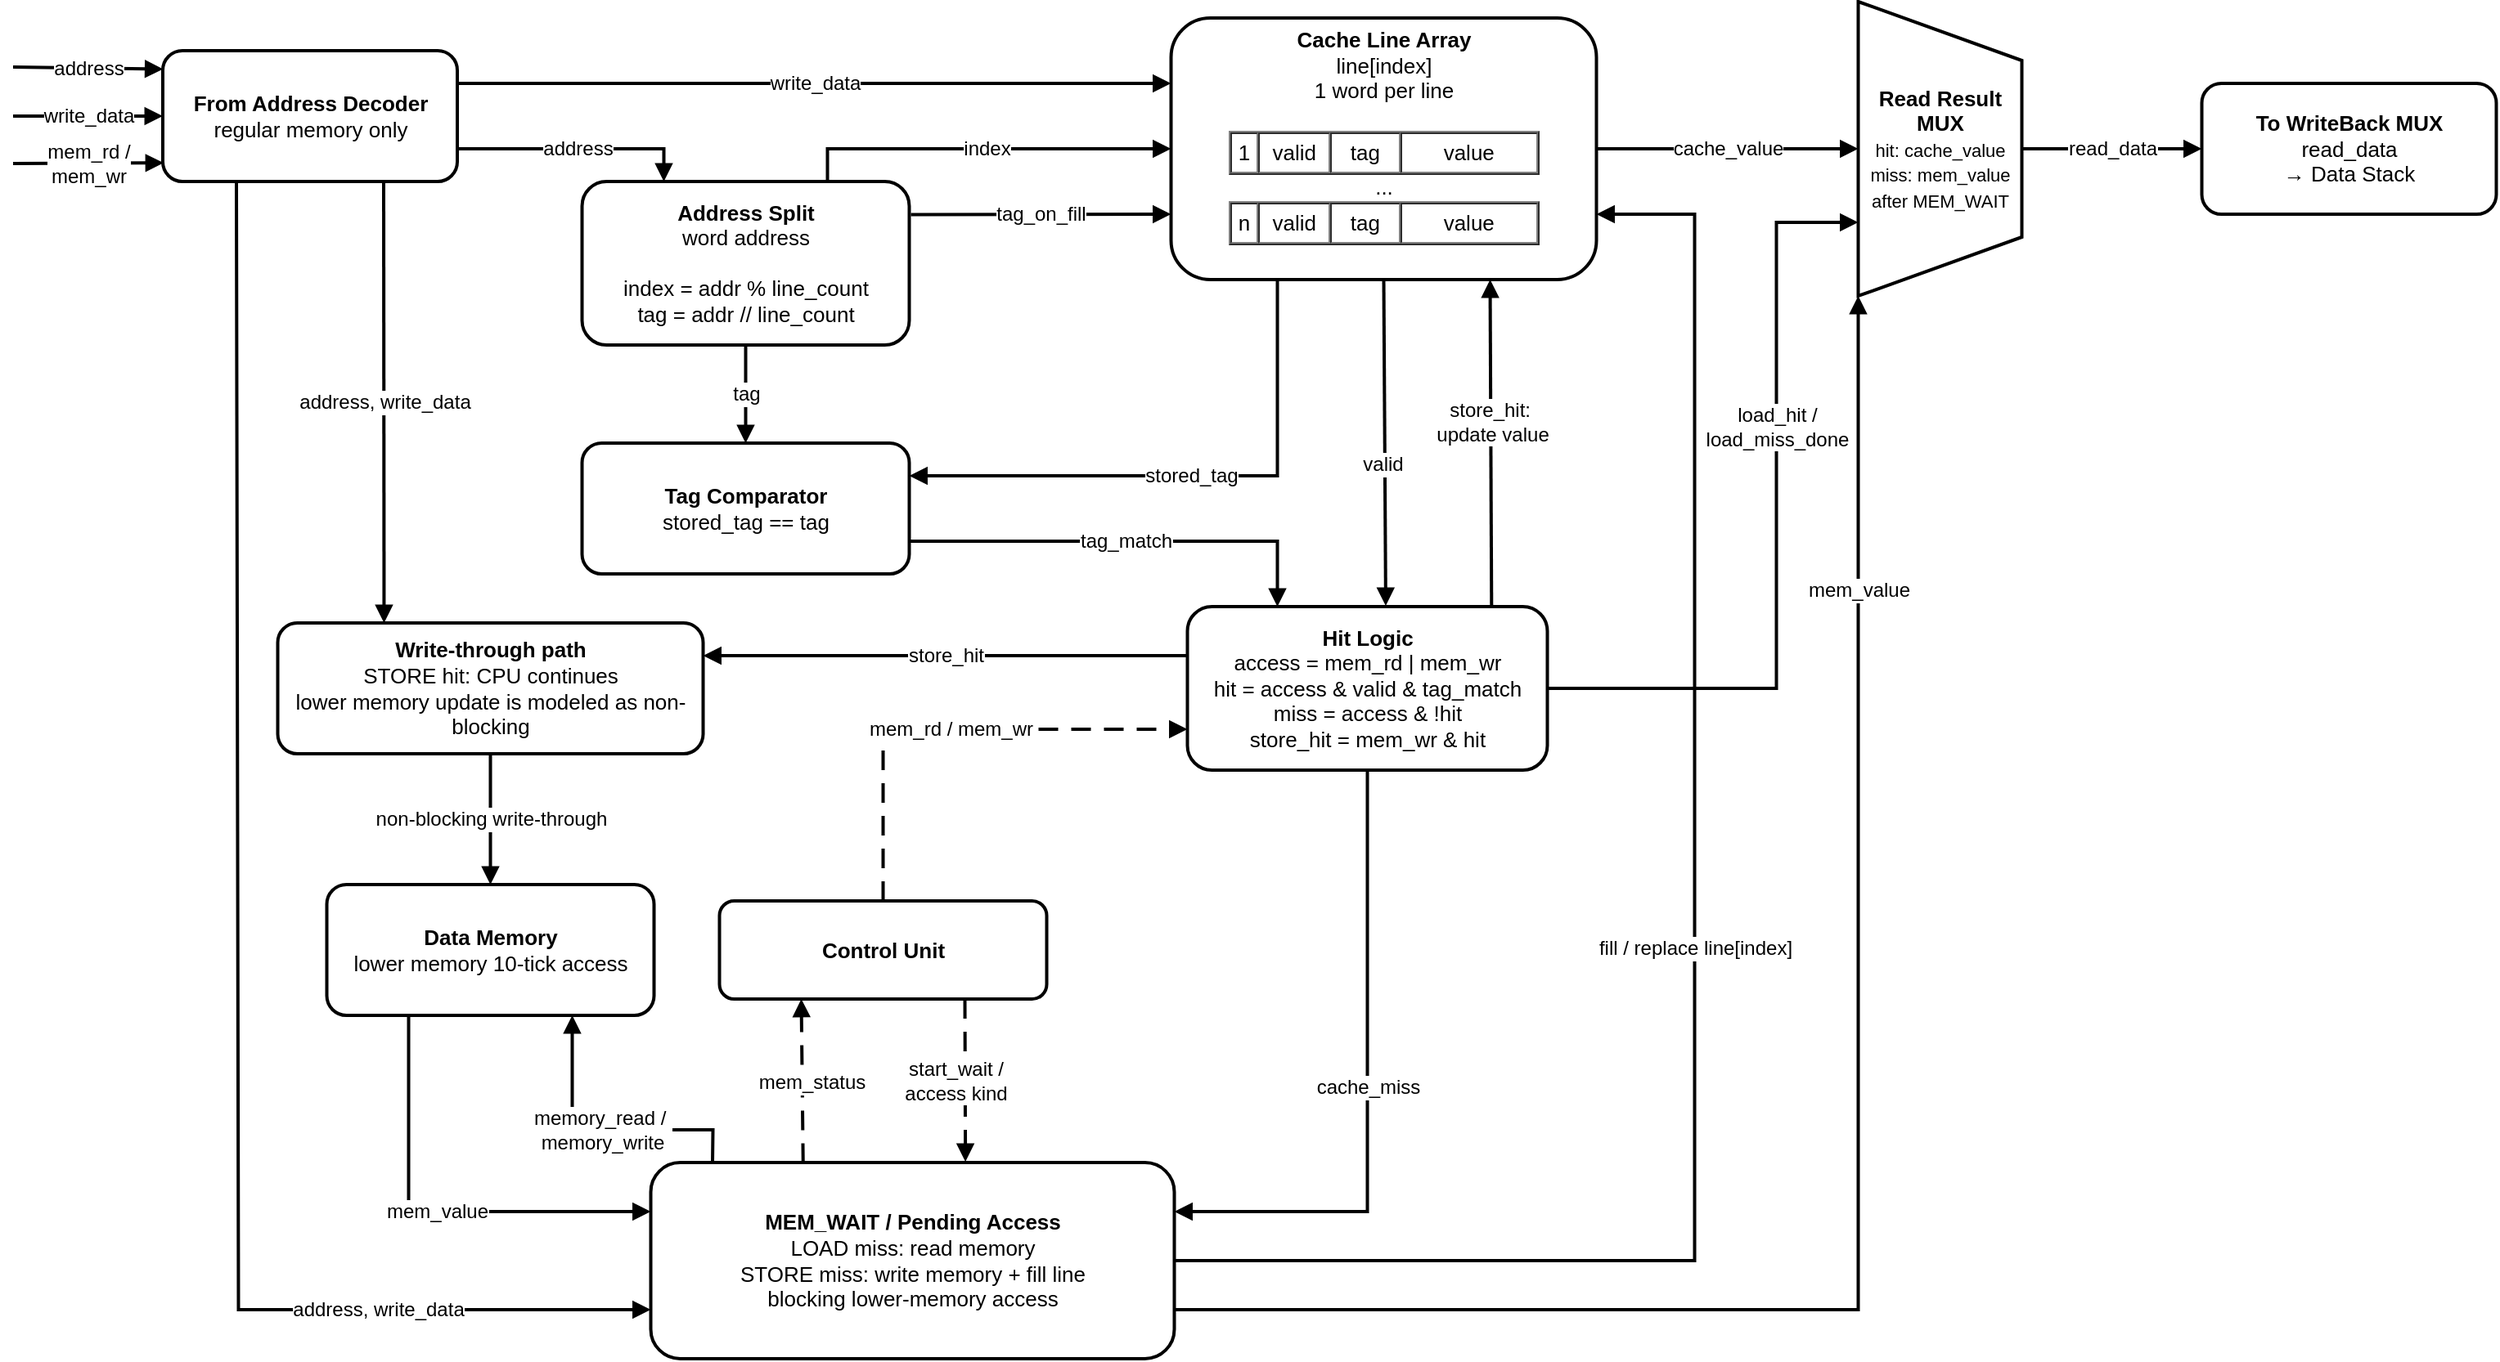
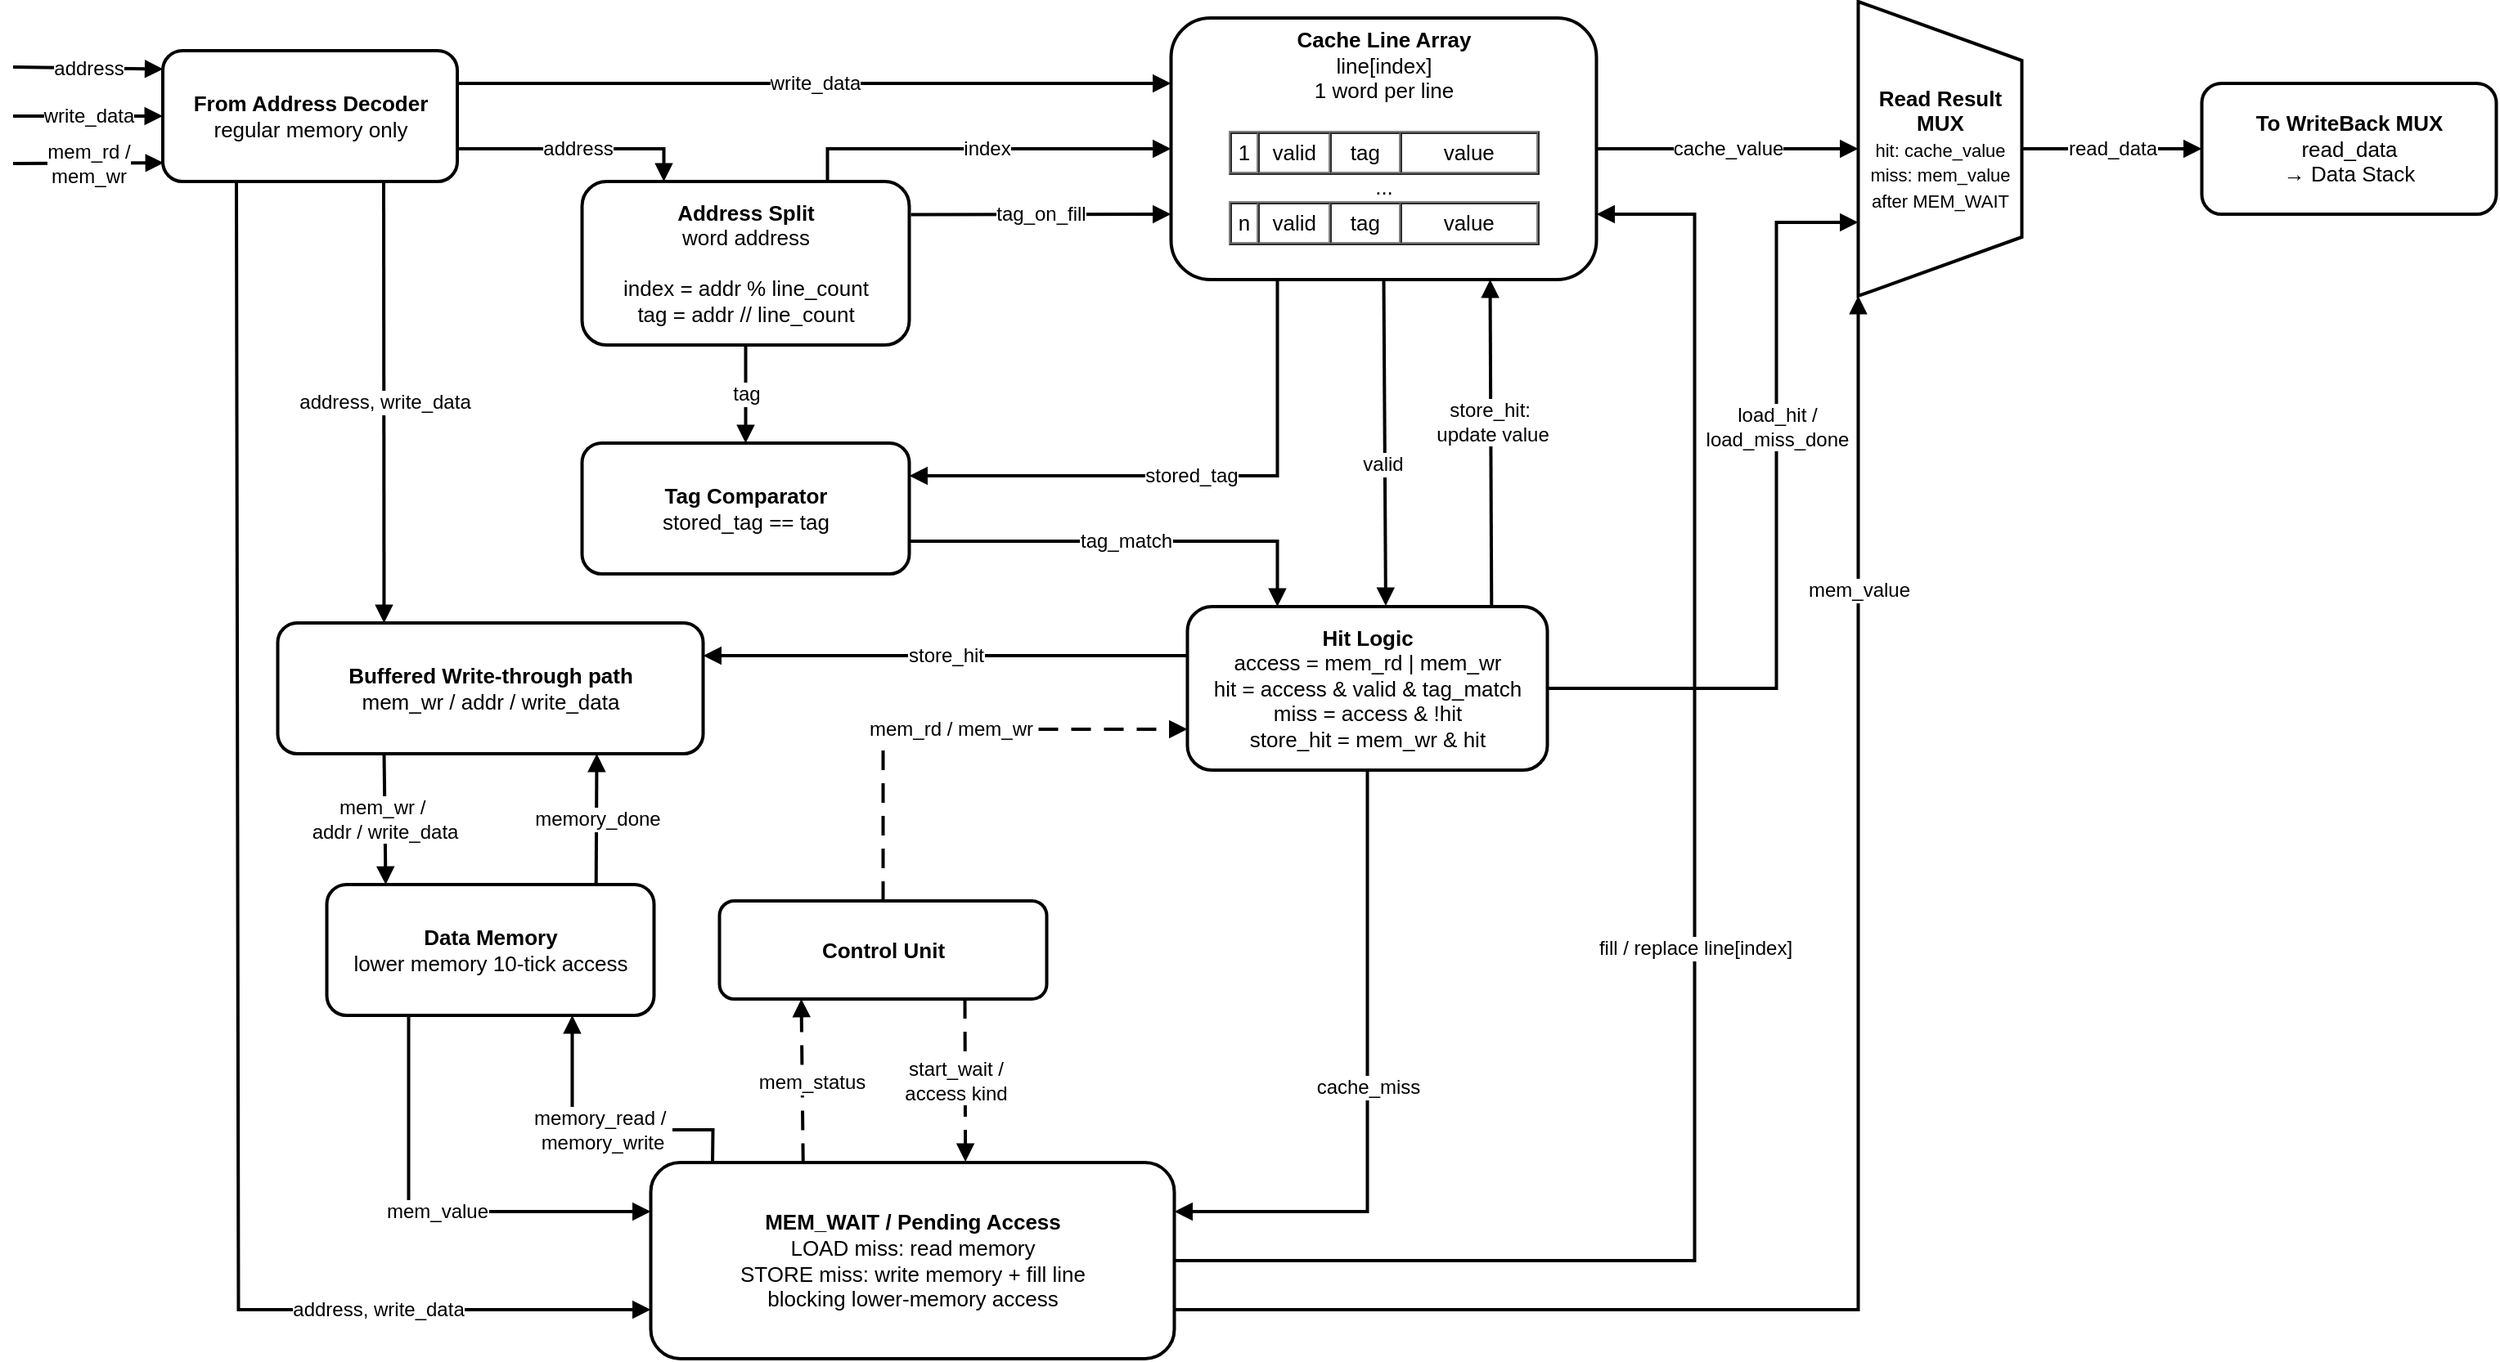
<mxfile host="app.diagrams.net">
  <diagram name="Страница-1" id="6LoON6mabmbmhEtFXeCD">
-     <mxGraphModel dx="1796" dy="-72" grid="1" gridSize="10" guides="1" tooltips="1" connect="1" arrows="1" fold="1" page="1" pageScale="1" pageWidth="827" pageHeight="1169" math="0" shadow="0">
+     <mxGraphModel dx="1572" dy="-209" grid="1" gridSize="10" guides="1" tooltips="1" connect="1" arrows="1" fold="1" page="1" pageScale="1" pageWidth="827" pageHeight="1169" math="0" shadow="0">
      <root>
        <mxCell id="0" />
        <mxCell id="1" parent="0" />
        <mxCell id="IVVpnZJj4IiTGcJY2tOR-39" parent="1" style="rounded=1;whiteSpace=wrap;html=1;strokeWidth=2;fontSize=13;" value="&lt;div&gt;&lt;b&gt;From Address Decoder&lt;/b&gt;&lt;/div&gt;regular memory only" vertex="1">
          <mxGeometry height="80" width="180" x="161.5" y="1310" as="geometry" />
        </mxCell>
        <mxCell id="IVVpnZJj4IiTGcJY2tOR-40" edge="1" parent="1" style="endArrow=block;html=1;rounded=0;strokeWidth=2;strokeColor=#000000;fontSize=12;entryX=0.001;entryY=0.141;entryDx=0;entryDy=0;entryPerimeter=0;" target="IVVpnZJj4IiTGcJY2tOR-39" value="address">
          <mxGeometry relative="1" as="geometry">
            <mxPoint x="70" y="1320" as="sourcePoint" />
            <mxPoint x="161.5" y="1326" as="targetPoint" />
          </mxGeometry>
        </mxCell>
        <mxCell id="IVVpnZJj4IiTGcJY2tOR-41" edge="1" parent="1" style="endArrow=block;html=1;rounded=0;strokeWidth=2;strokeColor=#000000;fontSize=12;entryX=0;entryY=0.5;entryDx=0;entryDy=0;" target="IVVpnZJj4IiTGcJY2tOR-39" value="write_data">
          <mxGeometry relative="1" as="geometry">
            <mxPoint x="70" y="1350" as="sourcePoint" />
            <mxPoint x="110" y="1410" as="targetPoint" />
          </mxGeometry>
        </mxCell>
        <mxCell id="IVVpnZJj4IiTGcJY2tOR-42" edge="1" parent="1" style="endArrow=block;html=1;rounded=0;strokeWidth=2;strokeColor=#000000;fontSize=12;entryX=0.003;entryY=0.858;entryDx=0;entryDy=0;entryPerimeter=0;" target="IVVpnZJj4IiTGcJY2tOR-39" value="&lt;div&gt;mem_rd /&lt;/div&gt;&lt;div&gt;mem_wr&lt;/div&gt;">
          <mxGeometry relative="1" as="geometry">
            <mxPoint x="70" y="1379" as="sourcePoint" />
            <mxPoint x="161.5" y="1374" as="targetPoint" />
          </mxGeometry>
        </mxCell>
        <mxCell id="IVVpnZJj4IiTGcJY2tOR-43" parent="1" style="rounded=1;whiteSpace=wrap;html=1;strokeWidth=2;fontSize=13;" value="&lt;b&gt;Address Split&lt;/b&gt;&lt;br&gt;word address&lt;br&gt;&lt;br&gt;index = addr % line_count&lt;br&gt;tag = addr // line_count" vertex="1">
          <mxGeometry height="100" width="200" x="417.75" y="1390" as="geometry" />
        </mxCell>
        <mxCell id="IVVpnZJj4IiTGcJY2tOR-44" edge="1" parent="1" source="IVVpnZJj4IiTGcJY2tOR-39" style="endArrow=block;html=1;rounded=0;strokeWidth=2;strokeColor=#000000;fontSize=12;exitX=1;exitY=0.75;exitDx=0;exitDy=0;entryX=0.25;entryY=0;entryDx=0;entryDy=0;" target="IVVpnZJj4IiTGcJY2tOR-43" value="address">
          <mxGeometry relative="1" as="geometry">
            <Array as="points">
              <mxPoint x="467.75" y="1370" />
            </Array>
            <mxPoint x="307.75" y="1550" as="sourcePoint" />
            <mxPoint x="357.75" y="1572" as="targetPoint" />
          </mxGeometry>
        </mxCell>
        <mxCell id="IVVpnZJj4IiTGcJY2tOR-45" parent="1" style="rounded=1;whiteSpace=wrap;html=1;strokeWidth=2;fontSize=13;" value="&lt;b&gt;Cache Line Array&lt;/b&gt;&lt;br&gt;&lt;div&gt;line[index]&lt;/div&gt;&lt;div&gt;1 word per line&lt;/div&gt;&lt;div&gt;&lt;br&gt;&lt;/div&gt;&lt;div&gt;&lt;table border=&quot;1&quot; cellpadding=&quot;4&quot; cellspacing=&quot;0&quot;&gt;&lt;tbody&gt;&lt;tr&gt;&lt;td&gt;1&lt;/td&gt;&lt;td&gt;&amp;nbsp;valid&amp;nbsp;&lt;/td&gt;&lt;td&gt;&amp;nbsp; tag&amp;nbsp;&amp;nbsp;&lt;/td&gt;&lt;td&gt;&amp;nbsp; &amp;nbsp; &amp;nbsp; value&amp;nbsp; &amp;nbsp; &amp;nbsp;&amp;nbsp;&lt;/td&gt;&lt;/tr&gt;&lt;/tbody&gt;&lt;/table&gt;...&lt;/div&gt;&lt;div&gt;&lt;table border=&quot;1&quot; cellpadding=&quot;4&quot; cellspacing=&quot;0&quot;&gt;&lt;tbody&gt;&lt;tr&gt;&lt;td&gt;n&lt;/td&gt;&lt;td&gt;&amp;nbsp;valid&amp;nbsp;&lt;/td&gt;&lt;td&gt;&amp;nbsp; tag&amp;nbsp;&amp;nbsp;&lt;/td&gt;&lt;td&gt;&amp;nbsp; &amp;nbsp; &amp;nbsp; value&amp;nbsp; &amp;nbsp; &amp;nbsp;&amp;nbsp;&lt;/td&gt;&lt;/tr&gt;&lt;/tbody&gt;&lt;/table&gt;&lt;br&gt;&lt;/div&gt;" vertex="1">
          <mxGeometry height="160" width="260" x="777.75" y="1290" as="geometry" />
        </mxCell>
        <mxCell id="IVVpnZJj4IiTGcJY2tOR-46" edge="1" parent="1" source="IVVpnZJj4IiTGcJY2tOR-43" style="endArrow=block;html=1;rounded=0;strokeWidth=2;strokeColor=#000000;fontSize=12;entryX=0;entryY=0.5;entryDx=0;entryDy=0;exitX=0.75;exitY=0;exitDx=0;exitDy=0;" target="IVVpnZJj4IiTGcJY2tOR-45" value="index">
          <mxGeometry relative="1" x="0.0179" as="geometry">
            <mxPoint as="offset" />
            <Array as="points">
              <mxPoint x="567.75" y="1370" />
            </Array>
            <mxPoint x="1077.75" y="1470" as="sourcePoint" />
            <mxPoint x="1147.75" y="1460" as="targetPoint" />
          </mxGeometry>
        </mxCell>
        <mxCell id="IVVpnZJj4IiTGcJY2tOR-47" edge="1" parent="1" source="IVVpnZJj4IiTGcJY2tOR-39" style="endArrow=block;html=1;rounded=0;strokeWidth=2;strokeColor=#000000;fontSize=12;entryX=0;entryY=0.25;entryDx=0;entryDy=0;exitX=1;exitY=0.25;exitDx=0;exitDy=0;" target="IVVpnZJj4IiTGcJY2tOR-45" value="write_data">
          <mxGeometry relative="1" as="geometry">
            <mxPoint x="817.75" y="1391" as="sourcePoint" />
            <mxPoint x="967.75" y="1249" as="targetPoint" />
          </mxGeometry>
        </mxCell>
        <mxCell id="IVVpnZJj4IiTGcJY2tOR-48" edge="1" parent="1" source="IVVpnZJj4IiTGcJY2tOR-43" style="endArrow=block;html=1;rounded=0;strokeWidth=2;strokeColor=#000000;fontSize=12;exitX=1.005;exitY=0.202;exitDx=0;exitDy=0;entryX=0;entryY=0.75;entryDx=0;entryDy=0;exitPerimeter=0;" target="IVVpnZJj4IiTGcJY2tOR-45" value="tag_on_fill">
          <mxGeometry relative="1" as="geometry">
            <Array as="points" />
            <mxPoint x="657.75" y="1450" as="sourcePoint" />
            <mxPoint x="1227.75" y="1607" as="targetPoint" />
          </mxGeometry>
        </mxCell>
        <mxCell id="IVVpnZJj4IiTGcJY2tOR-49" parent="1" style="rounded=1;whiteSpace=wrap;html=1;strokeWidth=2;fontSize=13;" value="&lt;b&gt;To WriteBack MUX&lt;/b&gt;&lt;br&gt;read_data&lt;br&gt;→ Data Stack" vertex="1">
          <mxGeometry height="80" width="180" x="1407.75" y="1330" as="geometry" />
        </mxCell>
        <mxCell id="IVVpnZJj4IiTGcJY2tOR-50" edge="1" parent="1" source="IVVpnZJj4IiTGcJY2tOR-140" style="endArrow=block;html=1;rounded=0;strokeWidth=2;strokeColor=#000000;fontSize=12;" target="IVVpnZJj4IiTGcJY2tOR-49" value="read_data">
          <mxGeometry relative="1" as="geometry">
            <mxPoint x="1722.75" y="1355" as="sourcePoint" />
            <mxPoint x="2162.75" y="1415.5" as="targetPoint" />
          </mxGeometry>
        </mxCell>
        <mxCell id="IVVpnZJj4IiTGcJY2tOR-51" edge="1" parent="1" source="IVVpnZJj4IiTGcJY2tOR-45" style="endArrow=block;html=1;rounded=0;strokeWidth=2;strokeColor=#000000;fontSize=12;exitX=1;exitY=0.5;exitDx=0;exitDy=0;entryX=0.5;entryY=1;entryDx=0;entryDy=0;" target="IVVpnZJj4IiTGcJY2tOR-140" value="cache_value">
          <mxGeometry relative="1" as="geometry">
            <mxPoint x="1297.75" y="1355" as="sourcePoint" />
            <mxPoint x="1492.75" y="1355" as="targetPoint" />
          </mxGeometry>
        </mxCell>
        <mxCell id="IVVpnZJj4IiTGcJY2tOR-53" parent="1" style="rounded=1;whiteSpace=wrap;html=1;strokeWidth=2;fontSize=13;" value="&lt;b&gt;MEM_WAIT / Pending Access&lt;/b&gt;&lt;br&gt;LOAD miss: read memory&lt;br&gt;&lt;div&gt;STORE miss: write memory + fill line&lt;/div&gt;blocking lower-memory access" vertex="1">
          <mxGeometry height="120" width="320" x="459.75" y="1990" as="geometry" />
        </mxCell>
        <mxCell id="IVVpnZJj4IiTGcJY2tOR-54" edge="1" parent="1" source="IVVpnZJj4IiTGcJY2tOR-53" style="endArrow=block;html=1;rounded=0;strokeWidth=2;strokeColor=#000000;fontSize=12;exitX=1;exitY=0.75;exitDx=0;exitDy=0;entryX=1;entryY=1;entryDx=0;entryDy=0;" target="IVVpnZJj4IiTGcJY2tOR-140" value="mem_value">
          <mxGeometry relative="1" x="0.6532" as="geometry">
            <mxPoint as="offset" />
            <Array as="points">
              <mxPoint x="1197.75" y="2080" />
            </Array>
            <mxPoint x="1269.75" y="2484" as="sourcePoint" />
            <mxPoint x="1197.75" y="2187" as="targetPoint" />
          </mxGeometry>
        </mxCell>
        <mxCell id="IVVpnZJj4IiTGcJY2tOR-55" parent="1" style="rounded=1;whiteSpace=wrap;html=1;strokeWidth=2;fontSize=13;" value="&lt;div&gt;&lt;b&gt;Hit Logic&lt;/b&gt;&lt;/div&gt;&lt;div&gt;access = mem_rd | mem_wr&lt;/div&gt;hit = access &amp;amp; valid &amp;amp; tag_match&lt;br&gt;miss = access &amp;amp; !hit&lt;br&gt;store_hit = mem_wr &amp;amp; hit&lt;font style=&quot;font-size: 11px&quot;&gt;&lt;/font&gt;" vertex="1">
          <mxGeometry height="100" width="220" x="787.75" y="1650" as="geometry" />
        </mxCell>
        <mxCell id="IVVpnZJj4IiTGcJY2tOR-56" edge="1" parent="1" source="IVVpnZJj4IiTGcJY2tOR-45" style="endArrow=block;html=1;rounded=0;strokeWidth=2;strokeColor=#000000;fontSize=12;entryX=0.551;entryY=-0.005;entryDx=0;entryDy=0;exitX=0.5;exitY=1;exitDx=0;exitDy=0;entryPerimeter=0;" target="IVVpnZJj4IiTGcJY2tOR-55" value="valid">
          <mxGeometry relative="1" x="0.1329" y="-1" as="geometry">
            <mxPoint as="offset" />
            <mxPoint x="927.75" y="1670" as="sourcePoint" />
            <mxPoint x="940.75" y="1795" as="targetPoint" />
          </mxGeometry>
        </mxCell>
        <mxCell id="IVVpnZJj4IiTGcJY2tOR-57" parent="1" style="rounded=1;whiteSpace=wrap;html=1;strokeWidth=2;fontSize=13;" value="&lt;b&gt;Control Unit&lt;/b&gt;" vertex="1">
          <mxGeometry height="60" width="200" x="501.75" y="1830" as="geometry" />
        </mxCell>
        <mxCell id="IVVpnZJj4IiTGcJY2tOR-58" parent="1" style="rounded=1;whiteSpace=wrap;html=1;strokeWidth=2;fontSize=13;" value="&lt;b&gt;Tag Comparator&lt;/b&gt;&lt;br&gt;stored_tag == tag" vertex="1">
          <mxGeometry height="80" width="200" x="417.75" y="1550" as="geometry" />
        </mxCell>
        <mxCell id="IVVpnZJj4IiTGcJY2tOR-59" parent="1" style="rounded=1;whiteSpace=wrap;html=1;strokeWidth=2;fontSize=13;" value="&lt;b&gt;Data Memory&lt;/b&gt;&lt;br&gt;lower memory 10-tick access" vertex="1">
          <mxGeometry height="80" width="200" x="261.75" y="1820" as="geometry" />
        </mxCell>
-         <mxCell id="IVVpnZJj4IiTGcJY2tOR-60" parent="1" style="rounded=1;whiteSpace=wrap;html=1;strokeWidth=2;fontSize=13;" value="&lt;b&gt;Write-through path&lt;/b&gt;&lt;br&gt;STORE hit: CPU continues&lt;br&gt;lower memory update is modeled as non-blocking" vertex="1">
+         <mxCell id="IVVpnZJj4IiTGcJY2tOR-60" parent="1" style="rounded=1;whiteSpace=wrap;html=1;strokeWidth=2;fontSize=13;" value="&lt;div&gt;&lt;b&gt;Buffered&amp;nbsp;Write-through path&lt;/b&gt;&lt;/div&gt;&lt;div&gt;mem_wr / addr / write_data&lt;/div&gt;" vertex="1">
          <mxGeometry height="80" width="260" x="231.75" y="1660" as="geometry" />
        </mxCell>
        <mxCell id="IVVpnZJj4IiTGcJY2tOR-61" edge="1" parent="1" source="IVVpnZJj4IiTGcJY2tOR-43" style="endArrow=block;html=1;rounded=0;strokeWidth=2;strokeColor=#000000;fontSize=12;" target="IVVpnZJj4IiTGcJY2tOR-58" value="tag">
          <mxGeometry relative="1" as="geometry">
            <mxPoint x="207.75" y="1640" as="sourcePoint" />
            <mxPoint x="207.75" y="1707" as="targetPoint" />
          </mxGeometry>
        </mxCell>
        <mxCell id="IVVpnZJj4IiTGcJY2tOR-62" edge="1" parent="1" source="IVVpnZJj4IiTGcJY2tOR-45" style="endArrow=block;html=1;rounded=0;strokeWidth=2;strokeColor=#000000;fontSize=12;entryX=1;entryY=0.25;entryDx=0;entryDy=0;exitX=0.25;exitY=1;exitDx=0;exitDy=0;" target="IVVpnZJj4IiTGcJY2tOR-58" value="stored_tag">
          <mxGeometry relative="1" as="geometry">
            <Array as="points">
              <mxPoint x="842.75" y="1570" />
            </Array>
            <mxPoint x="935.75" y="1850" as="sourcePoint" />
            <mxPoint x="707.75" y="2020" as="targetPoint" />
          </mxGeometry>
        </mxCell>
        <mxCell id="IVVpnZJj4IiTGcJY2tOR-63" edge="1" parent="1" source="IVVpnZJj4IiTGcJY2tOR-58" style="endArrow=block;html=1;rounded=0;strokeWidth=2;strokeColor=#000000;fontSize=12;entryX=0.25;entryY=0;entryDx=0;entryDy=0;exitX=1;exitY=0.75;exitDx=0;exitDy=0;" target="IVVpnZJj4IiTGcJY2tOR-55" value="tag_match">
          <mxGeometry relative="1" as="geometry">
            <Array as="points">
              <mxPoint x="842.75" y="1610" />
            </Array>
            <mxPoint x="137.75" y="1861" as="sourcePoint" />
            <mxPoint x="342.75" y="1840" as="targetPoint" />
          </mxGeometry>
        </mxCell>
        <mxCell id="IVVpnZJj4IiTGcJY2tOR-64" edge="1" parent="1" source="IVVpnZJj4IiTGcJY2tOR-55" style="endArrow=block;html=1;rounded=0;strokeWidth=2;strokeColor=#000000;fontSize=12;entryX=0.75;entryY=1;entryDx=0;entryDy=0;" target="IVVpnZJj4IiTGcJY2tOR-140" value="&lt;div&gt;load_hit /&lt;/div&gt;&lt;div&gt;load_miss_done&lt;/div&gt;">
          <mxGeometry relative="1" x="0.2632" as="geometry">
            <mxPoint as="offset" />
            <Array as="points">
              <mxPoint x="1147.75" y="1700" />
              <mxPoint x="1147.75" y="1415" />
            </Array>
            <mxPoint x="1167.75" y="1702" as="sourcePoint" />
            <mxPoint x="1406.75" y="1560" as="targetPoint" />
          </mxGeometry>
        </mxCell>
        <mxCell id="IVVpnZJj4IiTGcJY2tOR-65" edge="1" parent="1" source="IVVpnZJj4IiTGcJY2tOR-55" style="endArrow=block;html=1;rounded=0;strokeWidth=2;strokeColor=#000000;fontSize=12;exitX=0;exitY=0.3;exitDx=0;exitDy=0;exitPerimeter=0;entryX=1;entryY=0.25;entryDx=0;entryDy=0;" target="IVVpnZJj4IiTGcJY2tOR-60" value="store_hit">
          <mxGeometry relative="1" as="geometry">
            <Array as="points" />
            <mxPoint x="857.75" y="1890" as="sourcePoint" />
            <mxPoint x="797.75" y="2210" as="targetPoint" />
          </mxGeometry>
        </mxCell>
-         <mxCell id="IVVpnZJj4IiTGcJY2tOR-66" edge="1" parent="1" source="IVVpnZJj4IiTGcJY2tOR-60" style="endArrow=block;html=1;rounded=0;strokeWidth=2;strokeColor=#000000;fontSize=12;exitX=0.5;exitY=1;exitDx=0;exitDy=0;" target="IVVpnZJj4IiTGcJY2tOR-59" value="non-blocking write-through">
+         <mxCell id="IVVpnZJj4IiTGcJY2tOR-66" edge="1" parent="1" source="IVVpnZJj4IiTGcJY2tOR-60" style="endArrow=block;html=1;rounded=0;strokeWidth=2;strokeColor=#000000;fontSize=12;exitX=0.25;exitY=1;exitDx=0;exitDy=0;entryX=0.18;entryY=0;entryDx=0;entryDy=0;entryPerimeter=0;" target="IVVpnZJj4IiTGcJY2tOR-59" value="&lt;div&gt;mem_wr /&amp;nbsp;&lt;/div&gt;&lt;div&gt;addr / write_data&lt;/div&gt;">
          <mxGeometry relative="1" as="geometry">
            <Array as="points" />
            <mxPoint x="357.75" y="1771" as="sourcePoint" />
            <mxPoint x="1187.75" y="2411" as="targetPoint" />
          </mxGeometry>
        </mxCell>
        <mxCell id="IVVpnZJj4IiTGcJY2tOR-67" edge="1" parent="1" source="IVVpnZJj4IiTGcJY2tOR-59" style="endArrow=block;html=1;rounded=0;strokeWidth=2;strokeColor=#000000;fontSize=12;entryX=0;entryY=0.25;entryDx=0;entryDy=0;exitX=0.25;exitY=1;exitDx=0;exitDy=0;" target="IVVpnZJj4IiTGcJY2tOR-53" value="mem_value">
          <mxGeometry relative="1" x="0.0256" as="geometry">
            <mxPoint as="offset" />
            <Array as="points">
              <mxPoint x="311.75" y="2020" />
            </Array>
            <mxPoint x="307.75" y="1920" as="sourcePoint" />
            <mxPoint x="1017.75" y="2340" as="targetPoint" />
          </mxGeometry>
        </mxCell>
        <mxCell id="IVVpnZJj4IiTGcJY2tOR-68" edge="1" parent="1" source="IVVpnZJj4IiTGcJY2tOR-53" style="endArrow=block;html=1;rounded=0;strokeWidth=2;strokeColor=#000000;fontSize=12;exitX=0.118;exitY=-0.005;exitDx=0;exitDy=0;entryX=0.75;entryY=1;entryDx=0;entryDy=0;exitPerimeter=0;" target="IVVpnZJj4IiTGcJY2tOR-59" value="&lt;div&gt;memory_read /&amp;nbsp;&lt;/div&gt;&lt;div&gt;memory_write&lt;/div&gt;">
          <mxGeometry relative="1" as="geometry">
            <mxPoint as="offset" />
            <Array as="points">
              <mxPoint x="497.75" y="1970" />
              <mxPoint x="411.75" y="1970" />
            </Array>
            <mxPoint x="1137.75" y="2360" as="sourcePoint" />
            <mxPoint x="1077.75" y="2680" as="targetPoint" />
          </mxGeometry>
        </mxCell>
        <mxCell id="IVVpnZJj4IiTGcJY2tOR-69" edge="1" parent="1" source="IVVpnZJj4IiTGcJY2tOR-57" style="endArrow=block;html=1;rounded=0;strokeWidth=2;dashed=1;dashPattern=6 4;strokeColor=light-dark(#000000,#000000);fontColor=light-dark(#000000, #6f9bf2);fontSize=12;entryX=0.601;entryY=-0.004;entryDx=0;entryDy=0;exitX=0.75;exitY=1;exitDx=0;exitDy=0;entryPerimeter=0;" target="IVVpnZJj4IiTGcJY2tOR-53" value="&lt;div&gt;start_wait /&lt;/div&gt;&lt;div&gt;access kind&lt;/div&gt;">
          <mxGeometry relative="1" x="-0.0068" y="-6" as="geometry">
            <mxPoint as="offset" />
            <Array as="points" />
            <mxPoint x="39.75" y="1800" as="sourcePoint" />
            <mxPoint x="206.75" y="2117" as="targetPoint" />
          </mxGeometry>
        </mxCell>
        <mxCell id="IVVpnZJj4IiTGcJY2tOR-70" edge="1" parent="1" source="IVVpnZJj4IiTGcJY2tOR-53" style="endArrow=block;html=1;rounded=0;strokeWidth=2;dashed=1;dashPattern=6 4;strokeColor=light-dark(#000000,#000000);fontColor=light-dark(#000000, #6f9bf2);fontSize=12;exitX=0.291;exitY=0.002;exitDx=0;exitDy=0;entryX=0.25;entryY=1;entryDx=0;entryDy=0;exitPerimeter=0;" target="IVVpnZJj4IiTGcJY2tOR-57" value="mem_status">
          <mxGeometry relative="1" x="-0.0101" y="-6" as="geometry">
            <mxPoint as="offset" />
            <Array as="points" />
            <mxPoint x="589.75" y="2320" as="sourcePoint" />
            <mxPoint x="756.75" y="2637" as="targetPoint" />
          </mxGeometry>
        </mxCell>
        <mxCell id="IVVpnZJj4IiTGcJY2tOR-71" edge="1" parent="1" source="IVVpnZJj4IiTGcJY2tOR-57" style="endArrow=block;html=1;rounded=0;strokeWidth=2;dashed=1;dashPattern=6 4;strokeColor=light-dark(#000000,#000000);fontColor=light-dark(#000000, #6f9bf2);fontSize=12;entryX=0;entryY=0.75;entryDx=0;entryDy=0;" target="IVVpnZJj4IiTGcJY2tOR-55" value="mem_rd / mem_wr">
          <mxGeometry relative="1" x="0.0071" as="geometry">
            <mxPoint as="offset" />
            <Array as="points">
              <mxPoint x="601.75" y="1725" />
            </Array>
            <mxPoint x="787.75" y="1860" as="sourcePoint" />
            <mxPoint x="954.75" y="2177" as="targetPoint" />
          </mxGeometry>
        </mxCell>
        <mxCell id="IVVpnZJj4IiTGcJY2tOR-72" edge="1" parent="1" source="IVVpnZJj4IiTGcJY2tOR-55" style="endArrow=block;html=1;rounded=0;strokeWidth=2;strokeColor=#000000;fontSize=12;entryX=1;entryY=0.25;entryDx=0;entryDy=0;" target="IVVpnZJj4IiTGcJY2tOR-53" value="cache_miss">
          <mxGeometry relative="1" as="geometry">
            <Array as="points">
              <mxPoint x="897.75" y="2020" />
            </Array>
            <mxPoint x="217.75" y="1850" as="sourcePoint" />
            <mxPoint x="157.75" y="2170" as="targetPoint" />
          </mxGeometry>
        </mxCell>
        <mxCell id="IVVpnZJj4IiTGcJY2tOR-73" edge="1" parent="1" source="IVVpnZJj4IiTGcJY2tOR-39" style="endArrow=block;html=1;rounded=0;strokeWidth=2;strokeColor=#000000;fontSize=12;exitX=0.25;exitY=1;exitDx=0;exitDy=0;entryX=0;entryY=0.75;entryDx=0;entryDy=0;" target="IVVpnZJj4IiTGcJY2tOR-53" value="address, write_data">
          <mxGeometry relative="1" x="0.6451" as="geometry">
            <mxPoint as="offset" />
            <Array as="points">
              <mxPoint x="207.75" y="2080" />
            </Array>
            <mxPoint x="157.75" y="1710" as="sourcePoint" />
            <mxPoint x="277.75" y="2330" as="targetPoint" />
          </mxGeometry>
        </mxCell>
        <mxCell id="IVVpnZJj4IiTGcJY2tOR-74" edge="1" parent="1" source="IVVpnZJj4IiTGcJY2tOR-39" style="endArrow=block;html=1;rounded=0;strokeWidth=2;strokeColor=#000000;fontSize=12;exitX=0.75;exitY=1;exitDx=0;exitDy=0;entryX=0.25;entryY=0;entryDx=0;entryDy=0;" target="IVVpnZJj4IiTGcJY2tOR-60" value="address, write_data">
          <mxGeometry relative="1" as="geometry">
            <Array as="points" />
            <mxPoint x="940.75" y="1030" as="sourcePoint" />
            <mxPoint x="1477.75" y="1814" as="targetPoint" />
          </mxGeometry>
        </mxCell>
        <mxCell id="IVVpnZJj4IiTGcJY2tOR-75" edge="1" parent="1" source="IVVpnZJj4IiTGcJY2tOR-53" style="endArrow=block;html=1;rounded=0;strokeWidth=2;strokeColor=#000000;fontSize=12;exitX=1;exitY=0.5;exitDx=0;exitDy=0;entryX=1;entryY=0.75;entryDx=0;entryDy=0;" target="IVVpnZJj4IiTGcJY2tOR-45" value="fill / replace line[index]">
          <mxGeometry relative="1" as="geometry">
            <Array as="points">
              <mxPoint x="1097.75" y="2050" />
              <mxPoint x="1097.75" y="1410" />
            </Array>
            <mxPoint x="57.75" y="1600" as="sourcePoint" />
            <mxPoint x="717.75" y="1750" as="targetPoint" />
          </mxGeometry>
        </mxCell>
        <mxCell id="IVVpnZJj4IiTGcJY2tOR-140" parent="1" style="shape=trapezoid;perimeter=trapezoidPerimeter;whiteSpace=wrap;html=1;strokeWidth=2;fillColor=#ffffff;strokeColor=#000000;fontSize=13;direction=south;" value="&lt;b&gt;Read Result MUX&lt;/b&gt;&lt;br&gt;&lt;font style=&quot;font-size: 11px&quot;&gt;hit: cache_value&lt;br&gt;miss: mem_value after MEM_WAIT&lt;/font&gt;" vertex="1">
          <mxGeometry height="180" width="100" x="1197.75" y="1280" as="geometry" />
        </mxCell>
        <mxCell id="IVVpnZJj4IiTGcJY2tOR-141" edge="1" parent="1" source="IVVpnZJj4IiTGcJY2tOR-55" style="endArrow=block;html=1;rounded=0;strokeWidth=2;strokeColor=#000000;fontSize=12;entryX=0.75;entryY=1;entryDx=0;entryDy=0;exitX=0.845;exitY=-0.004;exitDx=0;exitDy=0;exitPerimeter=0;" target="IVVpnZJj4IiTGcJY2tOR-45" value="&lt;div&gt;store_hit:&amp;nbsp;&lt;/div&gt;&lt;div&gt;update value&lt;/div&gt;">
          <mxGeometry relative="1" x="0.1329" y="-1" as="geometry">
            <mxPoint as="offset" />
            <mxPoint x="1010" y="1550" as="sourcePoint" />
            <mxPoint x="1011" y="1750" as="targetPoint" />
+           </mxGeometry>
+         </mxCell>
+         <mxCell id="SF4w3poqQP8KzkD1iNpZ-1" edge="1" parent="1" source="IVVpnZJj4IiTGcJY2tOR-59" style="endArrow=block;html=1;rounded=0;strokeWidth=2;strokeColor=#000000;fontSize=12;exitX=0.823;exitY=0.006;exitDx=0;exitDy=0;entryX=0.75;entryY=1;entryDx=0;entryDy=0;exitPerimeter=0;" target="IVVpnZJj4IiTGcJY2tOR-60" value="memory_done">
+           <mxGeometry relative="1" as="geometry">
+             <Array as="points" />
+             <mxPoint x="440" y="1780" as="sourcePoint" />
+             <mxPoint x="441" y="1860" as="targetPoint" />
          </mxGeometry>
        </mxCell>
      </root>
    </mxGraphModel>
  </diagram>
</mxfile>
